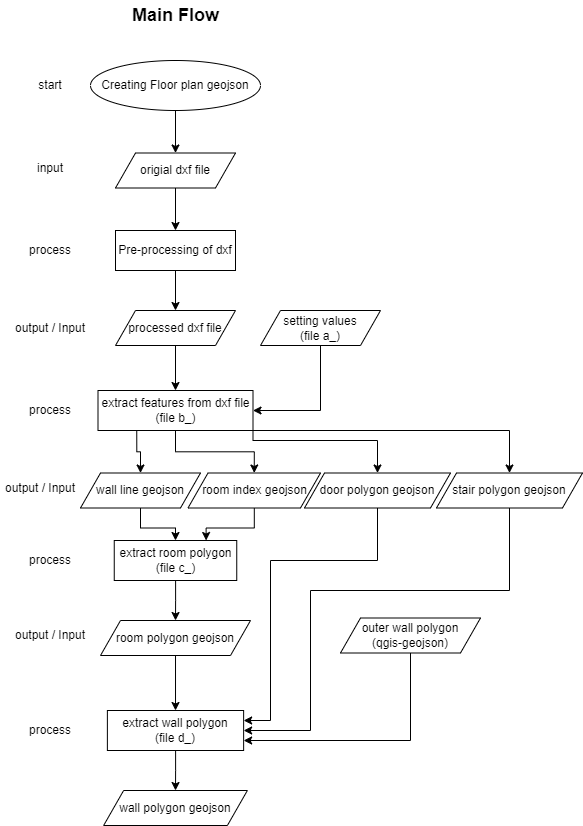
This is flow_chart.drawio.png from chungkang/L5IN_task1, a draw.io export, as it was before one commit. Source tidied: cells renumbered, new cells last; positions are measured from the earlier drawing's top-left corner, leaving out a move shared by most shapes.
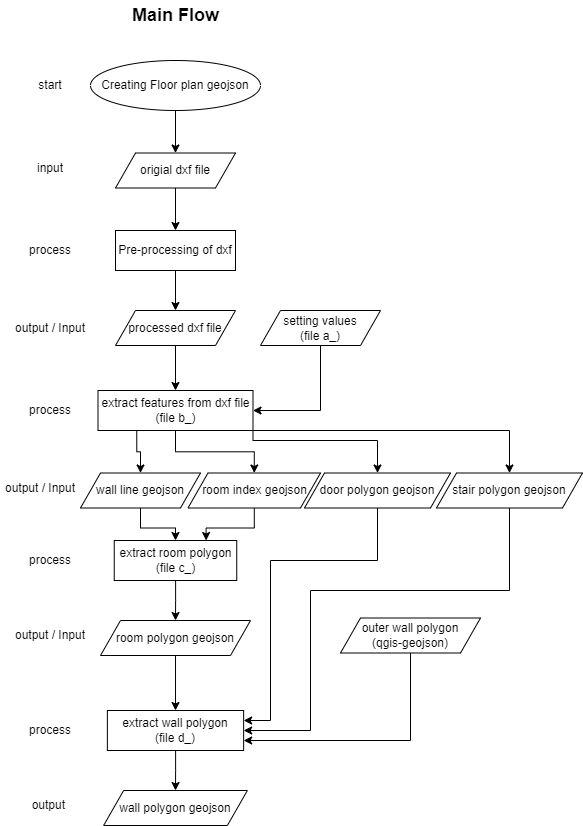
The same file after the commit.

Diff of the diagram source:
```diff
@@ -149,5 +149,8 @@
     <mxCell id="43" value="stair polygon geojson" style="shape=parallelogram;perimeter=parallelogramPerimeter;whiteSpace=wrap;html=1;fixedSize=1;" parent="1" vertex="1">
       <mxGeometry x="436" y="472.5" width="146" height="35" as="geometry" />
     </mxCell>
+    <mxCell id="44" value="output&amp;nbsp;" style="text;html=1;strokeColor=none;fillColor=none;align=center;verticalAlign=middle;whiteSpace=wrap;rounded=0;" parent="1" vertex="1">
+      <mxGeometry x="10" y="790" width="80" height="30" as="geometry" />
+    </mxCell>
   </root>
 </mxGraphModel>
```
